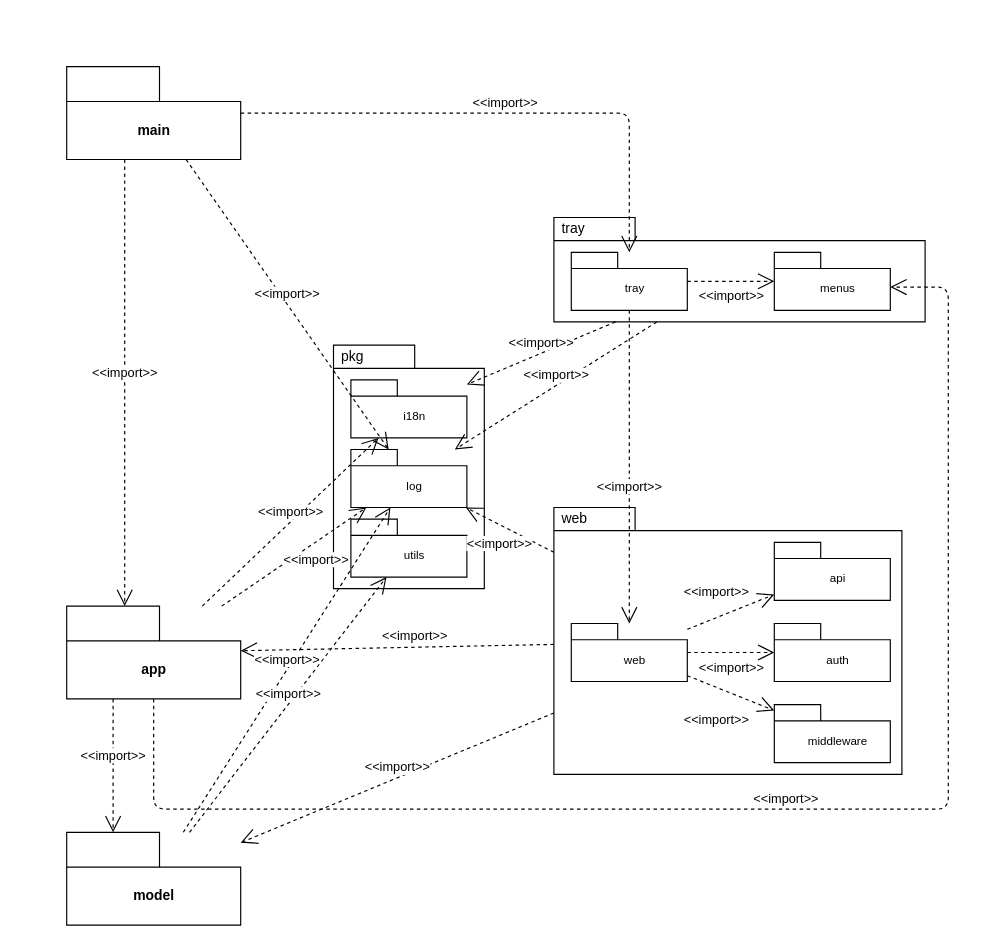
Before: diagrams/package.drawio in jinyaoMa/my-app, a draw.io diagram. Source tidied: cells renumbered, new cells numbered last; positions are measured from the earlier drawing's top-left corner, leaving out a move shared by most shapes. Both pictures are drawn from the tidied source at 116%, with x=0, y=0 at pixel (66, 66).
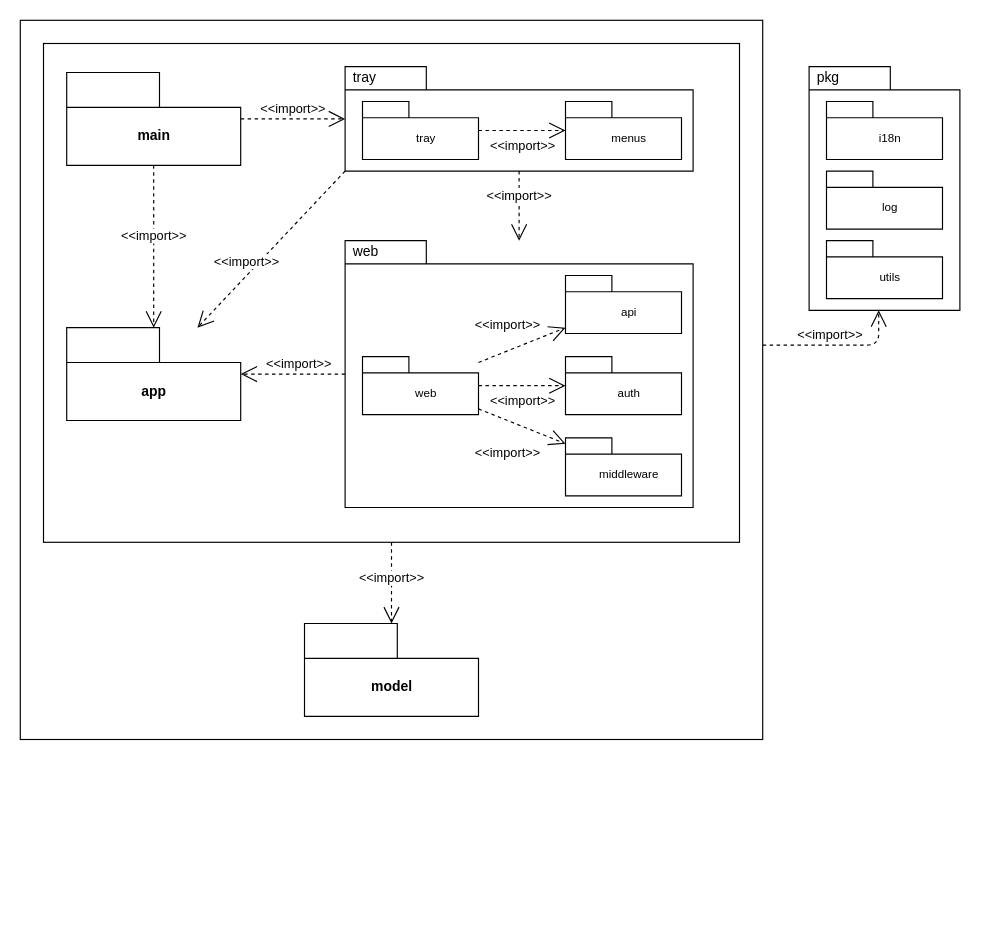
Above is the later version.

Unchanged cells that the change refers to:
```xml
<mxCell id="4" value="&lt;br&gt;tray" style="strokeColor=inherit;fillColor=inherit;gradientColor=inherit;shape=folder;spacingLeft=10;tabWidth=40;tabHeight=14;tabPosition=left;fontSize=10;html=1;whiteSpace=wrap;" parent="3" vertex="1">
  <mxGeometry x="15" y="30" width="100" height="50" as="geometry" />
</mxCell>
<mxCell id="5" value="&lt;br&gt;menus" style="strokeColor=inherit;fillColor=inherit;gradientColor=inherit;shape=folder;spacingLeft=10;tabWidth=40;tabHeight=14;tabPosition=left;fontSize=10;html=1;whiteSpace=wrap;" parent="3" vertex="1">
  <mxGeometry x="190" y="30" width="100" height="50" as="geometry" />
</mxCell>
<mxCell id="8" value="&lt;br&gt;web" style="strokeColor=inherit;fillColor=inherit;gradientColor=inherit;shape=folder;spacingLeft=10;tabWidth=40;tabHeight=14;tabPosition=left;fontSize=10;html=1;whiteSpace=wrap;" parent="7" vertex="1">
  <mxGeometry x="15" y="100" width="100" height="50" as="geometry" />
</mxCell>
<mxCell id="25" value="&lt;br&gt;i18n" style="strokeColor=inherit;fillColor=inherit;gradientColor=inherit;shape=folder;spacingLeft=10;tabWidth=40;tabHeight=14;tabPosition=left;fontSize=10;html=1;whiteSpace=wrap;" parent="24" vertex="1">
  <mxGeometry x="15" y="30" width="100" height="50" as="geometry" />
</mxCell>
<mxCell id="26" value="&lt;br&gt;log" style="strokeColor=inherit;fillColor=inherit;gradientColor=inherit;shape=folder;spacingLeft=10;tabWidth=40;tabHeight=14;tabPosition=left;fontSize=10;html=1;whiteSpace=wrap;" parent="24" vertex="1">
  <mxGeometry x="15" y="90" width="100" height="50" as="geometry" />
</mxCell>
<mxCell id="27" value="&lt;br&gt;utils" style="strokeColor=inherit;fillColor=inherit;gradientColor=inherit;shape=folder;spacingLeft=10;tabWidth=40;tabHeight=14;tabPosition=left;fontSize=10;html=1;whiteSpace=wrap;" parent="24" vertex="1">
  <mxGeometry x="15" y="150" width="100" height="50" as="geometry" />
</mxCell>
```

Change to the diagram source:
```diff
@@
+    <mxCell id="35" style="rounded=0;whiteSpace=wrap;html=1;" parent="1" vertex="1">
+      <mxGeometry x="-40" y="-40" width="640" height="620" as="geometry" />
+    </mxCell>
+    <mxCell id="36" style="rounded=0;whiteSpace=wrap;html=1;" parent="1" vertex="1">
+      <mxGeometry x="-20" y="-20" width="600" height="430" as="geometry" />
+    </mxCell>
     <mxCell id="2" value="main" style="shape=folder;fontStyle=1;tabWidth=80;tabHeight=30;tabPosition=left;html=1;boundedLbl=1;" parent="1" vertex="1">
-      <mxGeometry width="150" height="80" as="geometry" />
+      <mxGeometry y="5" width="150" height="80" as="geometry" />
     </mxCell>
     <mxCell id="3" value="tray" style="shape=folder;xSize=90;align=left;spacingLeft=10;align=left;verticalAlign=top;spacingLeft=5;spacingTop=-4;tabWidth=70;tabHeight=20;tabPosition=left;html=1;strokeWidth=1;" parent="1" vertex="1">
-      <mxGeometry x="420" y="130" width="320" height="90" as="geometry" />
+      <mxGeometry x="240" width="300" height="90" as="geometry" />
     </mxCell>
@@
     <mxCell id="7" value="web" style="shape=folder;xSize=90;align=left;spacingLeft=10;align=left;verticalAlign=top;spacingLeft=5;spacingTop=-4;tabWidth=70;tabHeight=20;tabPosition=left;html=1;strokeWidth=1;" parent="1" vertex="1">
-      <mxGeometry x="420" y="380" width="300" height="230" as="geometry" />
+      <mxGeometry x="240" y="150" width="300" height="230" as="geometry" />
     </mxCell>
@@
-    <mxCell id="13" value="&lt;br&gt;auth" style="strokeColor=inherit;fillColor=inherit;gradientColor=inherit;shape=folder;spacingLeft=10;tabWidth=40;tabHeight=14;tabPosition=left;fontSize=10;html=1;whiteSpace=wrap;" parent="1" vertex="1">
-      <mxGeometry x="610" y="480" width="100" height="50" as="geometry" />
+    <mxCell id="13" value="&lt;br&gt;auth" style="strokeColor=inherit;fillColor=inherit;gradientColor=inherit;shape=folder;spacingLeft=10;tabWidth=40;tabHeight=14;tabPosition=left;fontSize=10;html=1;whiteSpace=wrap;" parent="7" vertex="1">
+      <mxGeometry x="190" y="100" width="100" height="50" as="geometry" />
     </mxCell>
-    <mxCell id="14" value="&amp;lt;&amp;lt;import&amp;gt;&amp;gt;" style="strokeColor=inherit;fillColor=inherit;gradientColor=inherit;edgeStyle=none;endArrow=open;dashed=1;verticalAlign=top;labelBackgroundColor=none;endSize=12;html=1;jumpStyle=none;" parent="1" edge="1" source="8" target="13">
+    <mxCell id="14" value="&amp;lt;&amp;lt;import&amp;gt;&amp;gt;" style="strokeColor=inherit;fillColor=inherit;gradientColor=inherit;edgeStyle=none;endArrow=open;dashed=1;verticalAlign=top;labelBackgroundColor=none;endSize=12;html=1;jumpStyle=none;" parent="7" edge="1" source="8" target="13">
       <mxGeometry relative="1" as="geometry" />
     </mxCell>
-    <mxCell id="15" value="&amp;lt;&amp;lt;import&amp;gt;&amp;gt;" style="edgeStyle=orthogonalEdgeStyle;html=1;endArrow=open;endSize=12;dashed=1;verticalAlign=bottom;jumpStyle=none;" parent="1" edge="1" source="2" target="4">
+    <mxCell id="15" value="&amp;lt;&amp;lt;import&amp;gt;&amp;gt;" style="html=1;endArrow=open;endSize=12;dashed=1;verticalAlign=bottom;jumpStyle=none;" parent="1" edge="1" source="2" target="3">
       <mxGeometry relative="1" as="geometry" />
     </mxCell>
-    <mxCell id="16" value="&amp;lt;&amp;lt;import&amp;gt;&amp;gt;" style="edgeStyle=orthogonalEdgeStyle;html=1;endArrow=open;endSize=12;dashed=1;verticalAlign=bottom;jumpStyle=none;" parent="1" edge="1" source="4" target="8">
-      <mxGeometry x="0.19" relative="1" as="geometry" />
+    <mxCell id="16" value="&amp;lt;&amp;lt;import&amp;gt;&amp;gt;" style="edgeStyle=orthogonalEdgeStyle;html=1;endArrow=open;endSize=12;dashed=1;verticalAlign=bottom;jumpStyle=none;" parent="1" edge="1" source="3" target="7">
+      <mxGeometry relative="1" as="geometry" />
     </mxCell>
     <mxCell id="17" value="model" style="shape=folder;fontStyle=1;tabWidth=80;tabHeight=30;tabPosition=left;html=1;boundedLbl=1;" parent="1" vertex="1">
-      <mxGeometry y="660" width="150" height="80" as="geometry" />
+      <mxGeometry x="205" y="480" width="150" height="80" as="geometry" />
     </mxCell>
     <mxCell id="18" value="app" style="shape=folder;fontStyle=1;tabWidth=80;tabHeight=30;tabPosition=left;html=1;boundedLbl=1;" parent="1" vertex="1">
-      <mxGeometry y="465" width="150" height="80" as="geometry" />
+      <mxGeometry y="225" width="150" height="80" as="geometry" />
     </mxCell>
@@
-    <mxCell id="20" value="&amp;lt;&amp;lt;import&amp;gt;&amp;gt;" style="html=1;endArrow=open;endSize=12;dashed=1;verticalAlign=bottom;jumpStyle=none;edgeStyle=orthogonalEdgeStyle;" parent="1" edge="1" source="18" target="5">
-      <mxGeometry relative="1" as="geometry">
-        <Array as="points">
-          <mxPoint x="75" y="640" />
-          <mxPoint x="760" y="640" />
-          <mxPoint x="760" y="190" />
-        </Array>
-      </mxGeometry>
-    </mxCell>
-    <mxCell id="21" value="&amp;lt;&amp;lt;import&amp;gt;&amp;gt;" style="edgeStyle=orthogonalEdgeStyle;html=1;endArrow=open;endSize=12;dashed=1;verticalAlign=bottom;jumpStyle=none;" parent="1" edge="1" source="2" target="18">
-      <mxGeometry relative="1" as="geometry">
-        <Array as="points">
-          <mxPoint x="50" y="290" />
-          <mxPoint x="50" y="290" />
-        </Array>
-      </mxGeometry>
+    <mxCell id="21" value="&amp;lt;&amp;lt;import&amp;gt;&amp;gt;" style="html=1;endArrow=open;endSize=12;dashed=1;verticalAlign=bottom;jumpStyle=none;" parent="1" edge="1" source="2" target="18">
+      <mxGeometry relative="1" as="geometry" />
     </mxCell>
-    <mxCell id="22" value="&amp;lt;&amp;lt;import&amp;gt;&amp;gt;" style="html=1;endArrow=open;endSize=12;dashed=1;verticalAlign=bottom;jumpStyle=none;edgeStyle=orthogonalEdgeStyle;" parent="1" edge="1" source="18" target="17">
-      <mxGeometry relative="1" as="geometry">
+    <mxCell id="22" value="&amp;lt;&amp;lt;import&amp;gt;&amp;gt;" style="html=1;endArrow=open;endSize=12;dashed=1;verticalAlign=bottom;jumpStyle=none;edgeStyle=orthogonalEdgeStyle;" parent="1" edge="1" source="36" target="17">
+      <mxGeometry x="0.14" relative="1" as="geometry">
         <Array as="points">
-          <mxPoint x="40" y="600" />
-          <mxPoint x="40" y="600" />
+          <mxPoint x="280" y="450" />
+          <mxPoint x="280" y="450" />
         </Array>
       </mxGeometry>
     </mxCell>
-    <mxCell id="23" value="&amp;lt;&amp;lt;import&amp;gt;&amp;gt;" style="html=1;endArrow=open;endSize=12;dashed=1;verticalAlign=bottom;jumpStyle=none;" parent="1" edge="1" source="7" target="17">
-      <mxGeometry relative="1" as="geometry" />
-    </mxCell>
     <mxCell id="24" value="pkg" style="shape=folder;xSize=90;align=left;spacingLeft=10;align=left;verticalAlign=top;spacingLeft=5;spacingTop=-4;tabWidth=70;tabHeight=20;tabPosition=left;html=1;strokeWidth=1;" parent="1" vertex="1">
-      <mxGeometry x="230" y="240" width="130" height="210" as="geometry" />
+      <mxGeometry x="640" width="130" height="210" as="geometry" />
     </mxCell>
@@
-    <mxCell id="28" value="&amp;lt;&amp;lt;import&amp;gt;&amp;gt;" style="edgeStyle=none;html=1;endArrow=open;endSize=12;dashed=1;verticalAlign=bottom;jumpStyle=none;" parent="1" edge="1" source="18" target="25">
-      <mxGeometry relative="1" as="geometry" />
-    </mxCell>
-    <mxCell id="29" value="&amp;lt;&amp;lt;import&amp;gt;&amp;gt;" style="html=1;endArrow=open;endSize=12;dashed=1;verticalAlign=bottom;jumpStyle=none;" parent="1" edge="1" source="3" target="25">
-      <mxGeometry relative="1" as="geometry" />
-    </mxCell>
-    <mxCell id="30" value="&amp;lt;&amp;lt;import&amp;gt;&amp;gt;" style="html=1;endArrow=open;endSize=12;dashed=1;verticalAlign=bottom;jumpStyle=none;" parent="1" edge="1" source="3" target="26">
-      <mxGeometry relative="1" as="geometry" />
-    </mxCell>
-    <mxCell id="31" value="&amp;lt;&amp;lt;import&amp;gt;&amp;gt;" style="html=1;endArrow=open;endSize=12;dashed=1;verticalAlign=bottom;jumpStyle=none;" parent="1" edge="1" source="7" target="26">
-      <mxGeometry x="-0.03" y="22" relative="1" as="geometry" />
-    </mxCell>
-    <mxCell id="32" value="&amp;lt;&amp;lt;import&amp;gt;&amp;gt;" style="html=1;endArrow=open;endSize=12;dashed=1;verticalAlign=bottom;jumpStyle=none;" parent="1" edge="1" source="18" target="26">
-      <mxGeometry x="0.13" y="-20" relative="1" as="geometry" />
-    </mxCell>
-    <mxCell id="33" value="&amp;lt;&amp;lt;import&amp;gt;&amp;gt;" style="html=1;endArrow=open;endSize=12;dashed=1;verticalAlign=bottom;jumpStyle=none;" parent="1" edge="1" source="17" target="26">
-      <mxGeometry relative="1" as="geometry" />
-    </mxCell>
-    <mxCell id="34" value="&amp;lt;&amp;lt;import&amp;gt;&amp;gt;" style="html=1;endArrow=open;endSize=12;dashed=1;verticalAlign=bottom;jumpStyle=none;" parent="1" edge="1" source="17" target="27">
-      <mxGeometry relative="1" as="geometry" />
-    </mxCell>
-    <mxCell id="35" value="&amp;lt;&amp;lt;import&amp;gt;&amp;gt;" style="edgeStyle=none;html=1;endArrow=open;endSize=12;dashed=1;verticalAlign=bottom;jumpStyle=none;" parent="1" edge="1" source="2" target="26">
-      <mxGeometry relative="1" as="geometry" />
-    </mxCell>
+    <mxCell id="20" value="&amp;lt;&amp;lt;import&amp;gt;&amp;gt;" style="html=1;endArrow=open;endSize=12;dashed=1;verticalAlign=bottom;jumpStyle=none;edgeStyle=orthogonalEdgeStyle;" parent="1" edge="1" source="35" target="24">
+      <mxGeometry x="-0.11" relative="1" as="geometry">
+        <Array as="points">
+          <mxPoint x="700" y="240" />
+        </Array>
+      </mxGeometry>
+    </mxCell>
+    <mxCell id="37" value="&amp;lt;&amp;lt;import&amp;gt;&amp;gt;" style="html=1;endArrow=open;endSize=12;dashed=1;verticalAlign=bottom;jumpStyle=none;exitX=0;exitY=0;exitDx=0;exitDy=90;exitPerimeter=0;" parent="1" edge="1" source="3" target="18">
+      <mxGeometry x="0.31" y="-2" relative="1" as="geometry" />
+    </mxCell>
```
